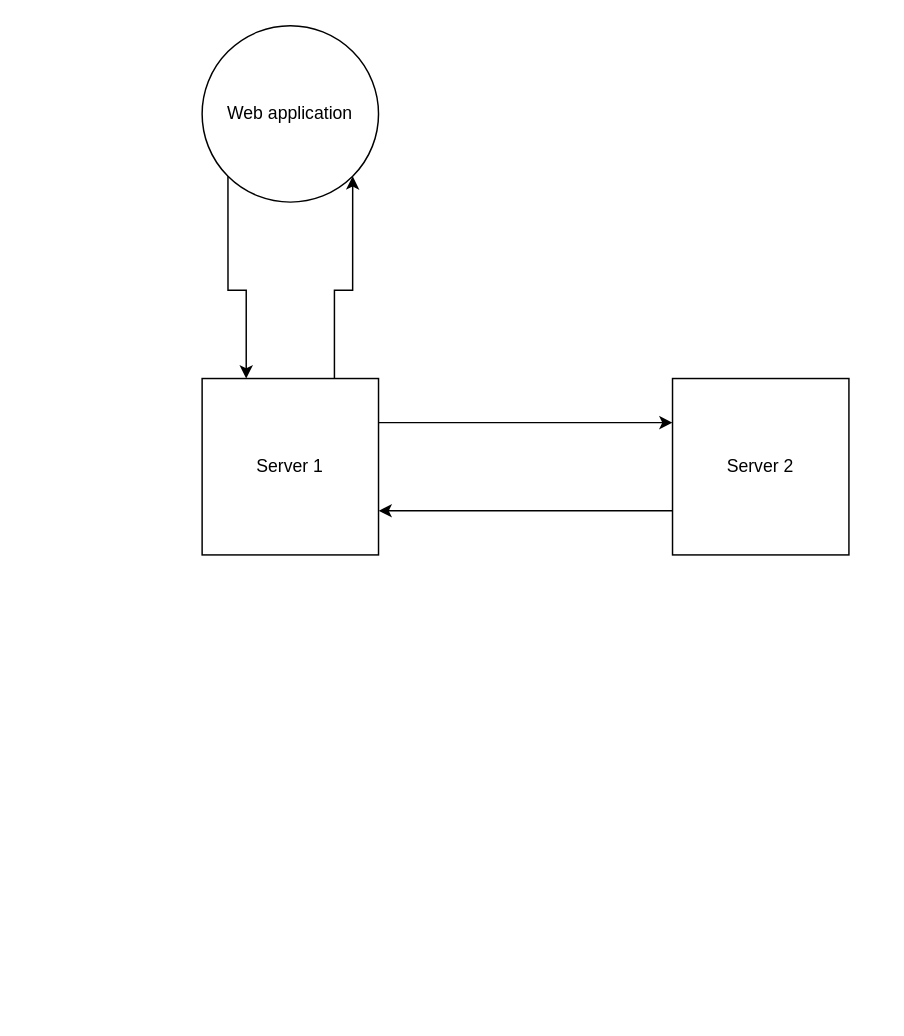
Earlier version of the draw.io diagram architecture_schema.drawio (wichurax/EnhancedRequestStream). Source tidied: cells renumbered, new cells numbered last; positions are measured from the earlier drawing's top-left corner, leaving out a move shared by most shapes. Both pictures are drawn from the tidied source at 147%, with x=0, y=0 at pixel (201, 25).
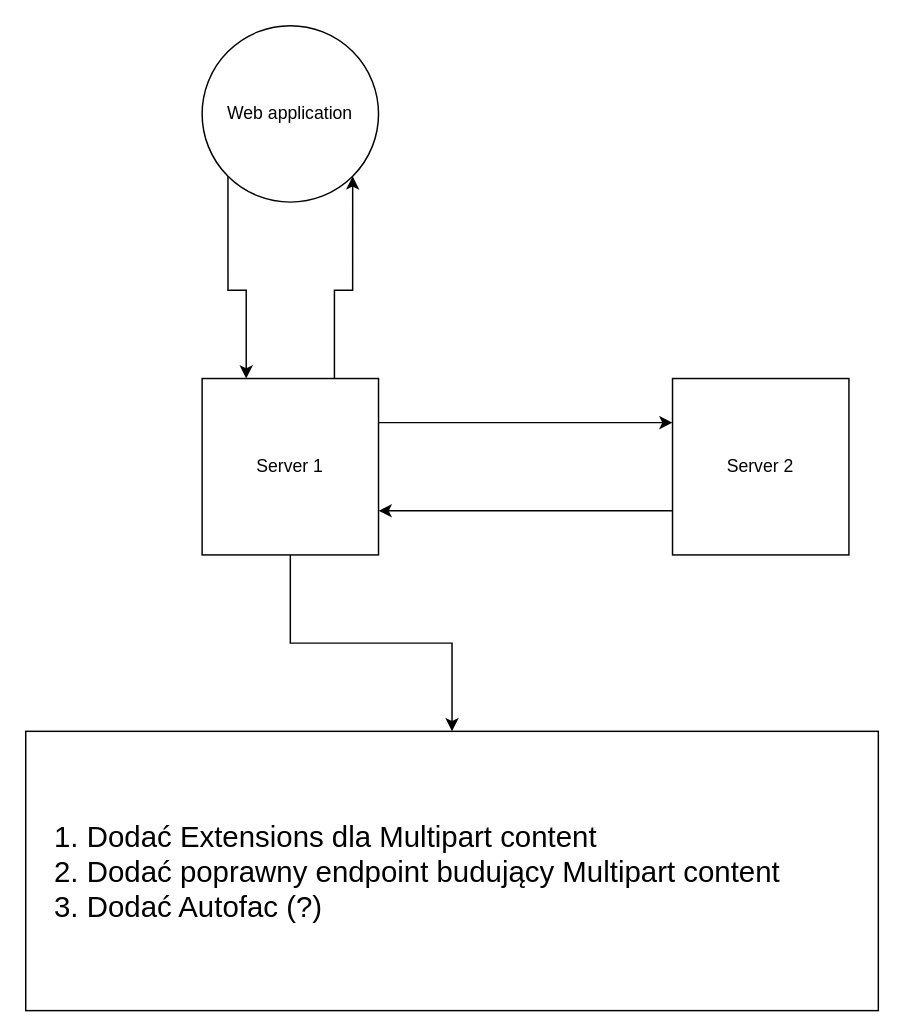
After the change.

Commit message (it also covers changes not shown here):
serilog configured - ERS

The edit, as a diff of the source:
```diff
@@
 <mxGraphModel>
   <root>
     <mxCell id="0" />
     <mxCell id="1" parent="0" />
     <mxCell id="2" style="edgeStyle=orthogonalEdgeStyle;rounded=0;jettySize=auto;html=1;exitX=1;exitY=0.25;exitDx=0;exitDy=0;entryX=0;entryY=0.25;entryDx=0;entryDy=0;" parent="1" edge="1" source="4" target="6">
       <mxGeometry relative="1" as="geometry" />
     </mxCell>
     <mxCell id="3" style="edgeStyle=orthogonalEdgeStyle;rounded=0;jettySize=auto;html=1;exitX=0.75;exitY=0;exitDx=0;exitDy=0;entryX=1;entryY=1;entryDx=0;entryDy=0;" parent="1" edge="1" source="4" target="8">
       <mxGeometry relative="1" as="geometry" />
     </mxCell>
+    <mxCell id="9" style="edgeStyle=orthogonalEdgeStyle;rounded=0;jettySize=auto;html=1;" parent="1" edge="1" source="4" target="10">
+      <mxGeometry relative="1" as="geometry" />
+    </mxCell>
     <mxCell id="4" value="Server 1" style="rounded=0;whiteSpace=wrap;html=1;" parent="1" vertex="1">
       <mxGeometry y="240" width="120" height="120" as="geometry" />
     </mxCell>
     <mxCell id="5" style="edgeStyle=orthogonalEdgeStyle;rounded=0;jettySize=auto;html=1;exitX=0;exitY=0.75;exitDx=0;exitDy=0;entryX=1;entryY=0.75;entryDx=0;entryDy=0;" parent="1" edge="1" source="6" target="4">
       <mxGeometry relative="1" as="geometry" />
     </mxCell>
     <mxCell id="6" value="Server 2" style="rounded=0;whiteSpace=wrap;html=1;" parent="1" vertex="1">
       <mxGeometry x="320" y="240" width="120" height="120" as="geometry" />
     </mxCell>
     <mxCell id="7" style="edgeStyle=orthogonalEdgeStyle;rounded=0;jettySize=auto;html=1;exitX=0;exitY=1;exitDx=0;exitDy=0;entryX=0.25;entryY=0;entryDx=0;entryDy=0;" parent="1" edge="1" source="8" target="4">
       <mxGeometry relative="1" as="geometry" />
     </mxCell>
     <mxCell id="8" value="Web application" style="ellipse;whiteSpace=wrap;html=1;" parent="1" vertex="1">
       <mxGeometry width="120" height="120" as="geometry" />
     </mxCell>
+    <mxCell id="10" value="&lt;ol style=&quot;font-size: 20px&quot;&gt;&lt;li&gt;&lt;span&gt;Dodać Extensions dla Multipart content&lt;/span&gt;&lt;br&gt;&lt;/li&gt;&lt;li&gt;&lt;font style=&quot;font-size: 20px&quot;&gt;Dodać poprawny endpoint budujący Multipart content&lt;/font&gt;&lt;/li&gt;&lt;li&gt;&lt;font style=&quot;font-size: 20px&quot;&gt;Dodać Autofac (?)&lt;br&gt;&lt;/font&gt;&lt;/li&gt;&lt;/ol&gt;" style="rounded=0;whiteSpace=wrap;html=1;align=left;" parent="1" vertex="1">
+      <mxGeometry x="-120" y="480" width="580" height="190" as="geometry" />
+    </mxCell>
   </root>
 </mxGraphModel>
```
